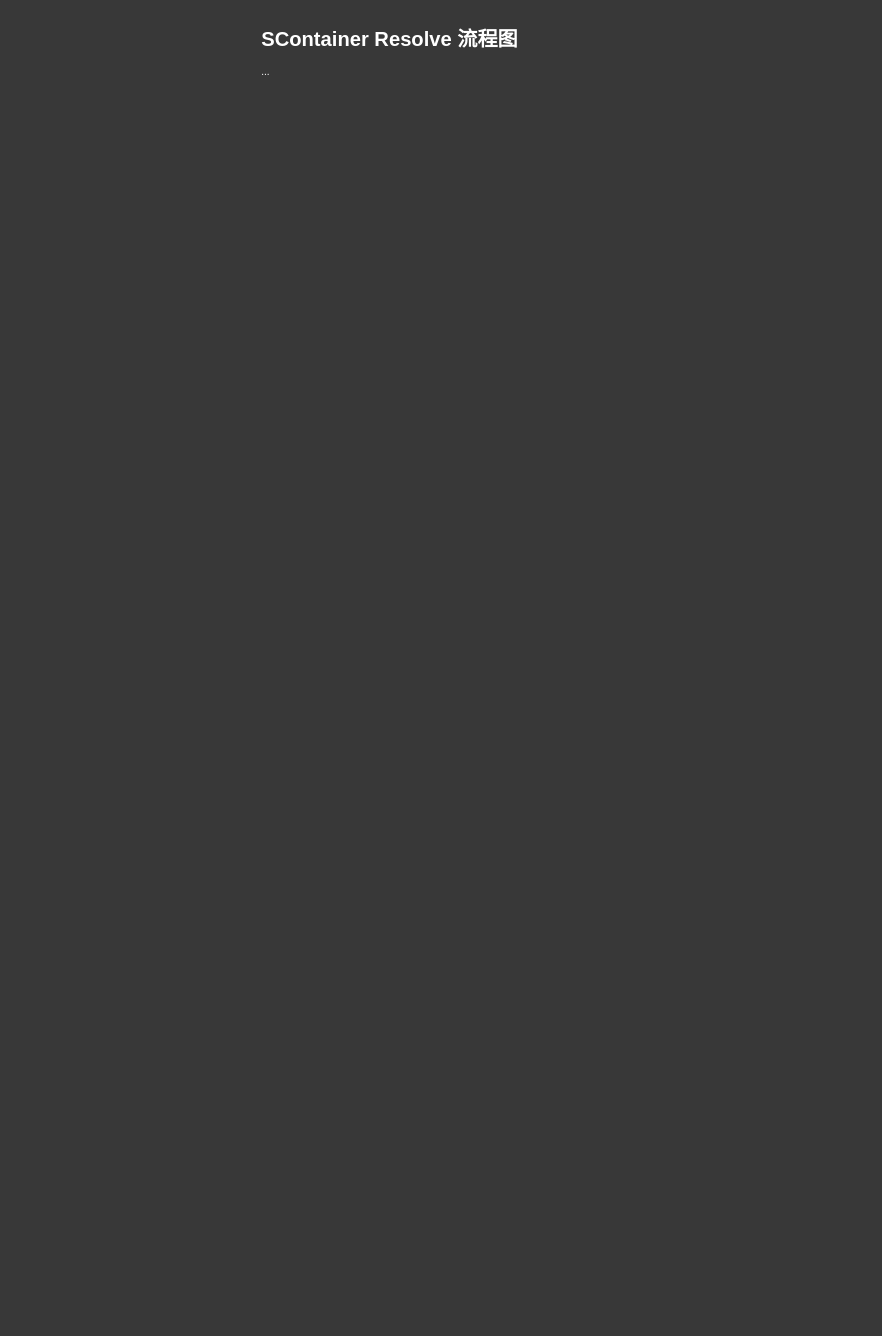
Summid/SContainer keeps this draw.io diagram as page "Resolve swimlane diagram" (7 of 7) of Resources/drawio/SContainer_01.drawio. Above is the earlier version. Source tidied: cells renumbered, new cells numbered last; positions are measured from the earlier drawing's top-left corner, leaving out a move shared by most shapes. Both pictures are drawn from the tidied source at 84%, with x=0, y=0 at pixel (257, 23). Pictures stored in the file or linked from it are replaced by grey dashed boxes.
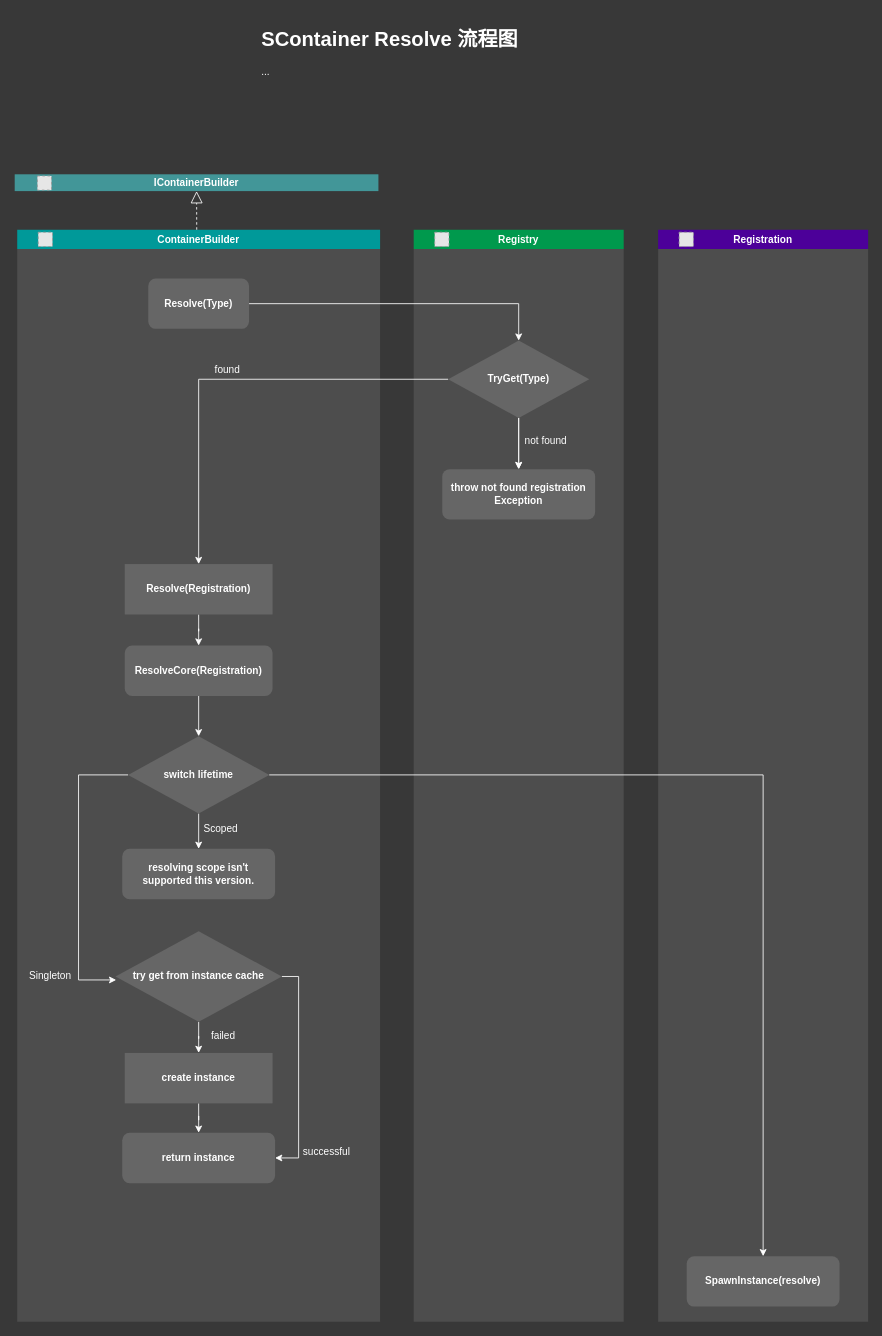
After the change.

Change to the diagram source:
```diff
@@
+    <mxCell id="3" value="&lt;font color=&quot;#ffffff&quot;&gt;ContainerBuilder&lt;/font&gt;" style="swimlane;whiteSpace=wrap;html=1;fillColor=#009999;swimlaneFillColor=#4D4D4D;strokeColor=none;comic=0;jiggle=1;" parent="1" vertex="1">
+      <mxGeometry x="-286" y="246" width="432" height="1300" as="geometry" />
+    </mxCell>
+    <mxCell id="4" style="fillColor=#E6E6E6;strokeColor=#999999;dashed=1;verticalLabelPosition=bottom;verticalAlign=top;labelBackgroundColor=none;align=center;fontFamily=Helvetica;fontSize=11;fontColor=#FFFFFF;html=1;" parent="3" vertex="1">
+      <mxGeometry x="25" y="3" width="17" height="17" as="geometry" />
+    </mxCell>
+    <mxCell id="5" value="Resolve(Type)" style="rounded=1;whiteSpace=wrap;html=1;fillColor=#666666;strokeColor=none;fontStyle=1;fontColor=#FFFFFF;" parent="3" vertex="1">
+      <mxGeometry x="156" y="58" width="120" height="60" as="geometry" />
+    </mxCell>
+    <mxCell id="6" style="edgeStyle=orthogonalEdgeStyle;shape=connector;rounded=0;jettySize=auto;html=1;labelBackgroundColor=default;strokeColor=#FFFFFF;align=center;verticalAlign=middle;fontFamily=Helvetica;fontSize=12;fontColor=#FFFFFF;endArrow=classic;" parent="3" edge="1" source="7" target="9">
+      <mxGeometry relative="1" as="geometry" />
+    </mxCell>
+    <mxCell id="7" value="Resolve(Registration)" style="rounded=0;whiteSpace=wrap;html=1;fillColor=#666666;strokeColor=none;fontStyle=1;fontColor=#FFFFFF;" parent="3" vertex="1">
+      <mxGeometry x="128" y="398" width="176" height="60" as="geometry" />
+    </mxCell>
+    <mxCell id="8" style="edgeStyle=orthogonalEdgeStyle;shape=connector;rounded=0;jettySize=auto;html=1;labelBackgroundColor=default;strokeColor=#FFFFFF;align=center;verticalAlign=middle;fontFamily=Helvetica;fontSize=12;fontColor=#FFFFFF;endArrow=classic;" parent="3" edge="1" source="9" target="12">
+      <mxGeometry relative="1" as="geometry" />
+    </mxCell>
+    <mxCell id="9" value="ResolveCore(Registration)" style="rounded=1;whiteSpace=wrap;html=1;fillColor=#666666;strokeColor=none;fontStyle=1;fontColor=#FFFFFF;" parent="3" vertex="1">
+      <mxGeometry x="128" y="495" width="176" height="60" as="geometry" />
+    </mxCell>
+    <mxCell id="10" style="edgeStyle=orthogonalEdgeStyle;shape=connector;rounded=0;jettySize=auto;html=1;labelBackgroundColor=default;strokeColor=#FFFFFF;align=center;verticalAlign=middle;fontFamily=Helvetica;fontSize=12;fontColor=#FFFFFF;endArrow=classic;" parent="3" edge="1" source="12" target="13">
+      <mxGeometry relative="1" as="geometry" />
+    </mxCell>
+    <mxCell id="11" value="Scoped" style="edgeLabel;html=1;align=center;verticalAlign=middle;fontSize=12;fontFamily=Helvetica;fontColor=#FFFFFF;labelBackgroundColor=none;" parent="10" vertex="1">
+      <mxGeometry x="0.06" y="1" relative="1" as="geometry">
+        <mxPoint x="24" y="-4" as="offset" />
+      </mxGeometry>
+    </mxCell>
+    <mxCell id="12" value="switch lifetime" style="rounded=0;whiteSpace=wrap;html=1;fillColor=#666666;strokeColor=none;fontStyle=1;fontColor=#FFFFFF;shape=rhombus;perimeter=rhombusPerimeter;" parent="3" vertex="1">
+      <mxGeometry x="132" y="603" width="168" height="92" as="geometry" />
+    </mxCell>
+    <mxCell id="13" value="resolving scope isn't supported this version." style="rounded=1;whiteSpace=wrap;html=1;fillColor=#666666;strokeColor=none;fontStyle=1;fontColor=#FFFFFF;" parent="3" vertex="1">
+      <mxGeometry x="125" y="737" width="182" height="60" as="geometry" />
+    </mxCell>
+    <mxCell id="14" style="edgeStyle=orthogonalEdgeStyle;shape=connector;rounded=0;jettySize=auto;html=1;labelBackgroundColor=default;strokeColor=#FFFFFF;align=center;verticalAlign=middle;fontFamily=Helvetica;fontSize=12;fontColor=#FFFFFF;endArrow=classic;" parent="3" edge="1" source="18" target="22">
+      <mxGeometry relative="1" as="geometry" />
+    </mxCell>
+    <mxCell id="15" value="failed" style="edgeLabel;html=1;align=center;verticalAlign=middle;fontSize=12;fontFamily=Helvetica;fontColor=#FFFFFF;labelBackgroundColor=none;" parent="14" vertex="1">
+      <mxGeometry x="0.12" y="-1" relative="1" as="geometry">
+        <mxPoint x="29" y="-2" as="offset" />
+      </mxGeometry>
+    </mxCell>
+    <mxCell id="16" style="edgeStyle=orthogonalEdgeStyle;shape=connector;rounded=0;jettySize=auto;html=1;exitX=1;exitY=0.5;exitDx=0;exitDy=0;entryX=1;entryY=0.5;entryDx=0;entryDy=0;labelBackgroundColor=default;strokeColor=#FFFFFF;align=center;verticalAlign=middle;fontFamily=Helvetica;fontSize=12;fontColor=#FFFFFF;endArrow=classic;" parent="3" edge="1" source="18" target="23">
+      <mxGeometry relative="1" as="geometry" />
+    </mxCell>
+    <mxCell id="17" value="successful" style="edgeLabel;html=1;align=center;verticalAlign=middle;fontSize=12;fontFamily=Helvetica;fontColor=#FFFFFF;labelBackgroundColor=none;" parent="16" vertex="1">
+      <mxGeometry x="-0.07" relative="1" as="geometry">
+        <mxPoint x="32" y="105" as="offset" />
+      </mxGeometry>
+    </mxCell>
+    <mxCell id="18" value="try get from instance cache" style="rounded=0;whiteSpace=wrap;html=1;fillColor=#666666;strokeColor=none;fontStyle=1;fontColor=#FFFFFF;shape=rhombus;perimeter=rhombusPerimeter;" parent="3" vertex="1">
+      <mxGeometry x="117" y="835" width="198" height="108" as="geometry" />
+    </mxCell>
+    <mxCell id="19" style="edgeStyle=orthogonalEdgeStyle;shape=connector;rounded=0;jettySize=auto;html=1;exitX=0;exitY=0.5;exitDx=0;exitDy=0;entryX=0.004;entryY=0.538;entryDx=0;entryDy=0;entryPerimeter=0;labelBackgroundColor=default;strokeColor=#FFFFFF;align=center;verticalAlign=middle;fontFamily=Helvetica;fontSize=12;fontColor=#FFFFFF;endArrow=classic;" parent="3" edge="1" source="12" target="18">
+      <mxGeometry relative="1" as="geometry">
+        <Array as="points">
+          <mxPoint x="73" y="649" />
+          <mxPoint x="73" y="893" />
+        </Array>
+      </mxGeometry>
+    </mxCell>
+    <mxCell id="20" value="Singleton" style="edgeLabel;html=1;align=center;verticalAlign=middle;fontSize=12;fontFamily=Helvetica;fontColor=#FFFFFF;labelBackgroundColor=none;" parent="19" vertex="1">
+      <mxGeometry x="-0.22" y="-2" relative="1" as="geometry">
+        <mxPoint x="-33" y="161" as="offset" />
+      </mxGeometry>
+    </mxCell>
+    <mxCell id="21" style="edgeStyle=orthogonalEdgeStyle;shape=connector;rounded=0;jettySize=auto;html=1;labelBackgroundColor=default;strokeColor=#FFFFFF;align=center;verticalAlign=middle;fontFamily=Helvetica;fontSize=12;fontColor=#FFFFFF;endArrow=classic;" parent="3" edge="1" source="22" target="23">
+      <mxGeometry relative="1" as="geometry" />
+    </mxCell>
+    <mxCell id="22" value="create instance" style="rounded=0;whiteSpace=wrap;html=1;fillColor=#666666;strokeColor=none;fontStyle=1;fontColor=#FFFFFF;" parent="3" vertex="1">
+      <mxGeometry x="128" y="980" width="176" height="60" as="geometry" />
+    </mxCell>
+    <mxCell id="23" value="return instance" style="rounded=1;whiteSpace=wrap;html=1;fillColor=#666666;strokeColor=none;fontStyle=1;fontColor=#FFFFFF;" parent="3" vertex="1">
+      <mxGeometry x="125" y="1075" width="182" height="60" as="geometry" />
+    </mxCell>
+    <mxCell id="24" style="endArrow=block;dashed=1;endFill=0;endSize=12;html=1;rounded=0;strokeColor=#FFFFFF;" parent="1" edge="1" source="3" target="26">
+      <mxGeometry relative="1" as="geometry" />
+    </mxCell>
+    <mxCell id="25" style="group;" parent="1" vertex="1">
+      <mxGeometry x="-197" y="180" width="341" height="20" as="geometry" />
+    </mxCell>
+    <mxCell id="26" value="IContainerBuilder" style="rounded=0;whiteSpace=wrap;html=1;fillColor=#429698;fontStyle=1;fontColor=#FFFFFF;strokeColor=none;" parent="25" vertex="1">
+      <mxGeometry x="-92" width="433" height="20" as="geometry" />
+    </mxCell>
+    <mxCell id="27" value="&lt;font color=&quot;#ffffff&quot;&gt;Registry&lt;br&gt;&lt;/font&gt;" style="swimlane;whiteSpace=wrap;html=1;fillColor=#00994D;swimlaneFillColor=#4D4D4D;strokeColor=none;comic=0;jiggle=1;" parent="1" vertex="1">
+      <mxGeometry x="186" y="246" width="250" height="1300" as="geometry" />
+    </mxCell>
+    <mxCell id="28" style="fillColor=#E6E6E6;strokeColor=#999999;dashed=1;verticalLabelPosition=bottom;verticalAlign=top;labelBackgroundColor=none;align=center;fontFamily=Helvetica;fontSize=11;fontColor=#FFFFFF;html=1;" parent="27" vertex="1">
+      <mxGeometry x="25" y="3" width="17" height="17" as="geometry" />
+    </mxCell>
+    <mxCell id="29" style="edgeStyle=orthogonalEdgeStyle;shape=connector;rounded=0;jettySize=auto;html=1;labelBackgroundColor=default;strokeColor=#FFFFFF;align=center;verticalAlign=middle;fontFamily=Helvetica;fontSize=12;fontColor=#FFFFFF;endArrow=classic;" parent="27" edge="1" source="32" target="33">
+      <mxGeometry relative="1" as="geometry" />
+    </mxCell>
+    <mxCell id="30" style="edgeStyle=orthogonalEdgeStyle;shape=connector;rounded=0;jettySize=auto;html=1;labelBackgroundColor=default;strokeColor=#FFFFFF;align=center;verticalAlign=middle;fontFamily=Helvetica;fontSize=12;fontColor=#FFFFFF;endArrow=classic;" parent="27" edge="1" source="32" target="33">
+      <mxGeometry relative="1" as="geometry" />
+    </mxCell>
+    <mxCell id="31" value="not found" style="edgeLabel;html=1;align=center;verticalAlign=middle;fontSize=12;fontFamily=Helvetica;fontColor=#FFFFFF;labelBackgroundColor=none;" parent="30" vertex="1">
+      <mxGeometry x="-0.11" y="5" relative="1" as="geometry">
+        <mxPoint x="26" y="-1" as="offset" />
+      </mxGeometry>
+    </mxCell>
+    <mxCell id="32" value="TryGet(Type)" style="rounded=0;whiteSpace=wrap;html=1;fillColor=#666666;strokeColor=none;fontStyle=1;fontColor=#FFFFFF;shape=rhombus;perimeter=rhombusPerimeter;" parent="27" vertex="1">
+      <mxGeometry x="41" y="132" width="168" height="92" as="geometry" />
+    </mxCell>
+    <mxCell id="33" value="throw not found registration Exception" style="rounded=1;whiteSpace=wrap;html=1;fillColor=#666666;strokeColor=none;fontStyle=1;fontColor=#FFFFFF;" parent="27" vertex="1">
+      <mxGeometry x="34" y="285" width="182" height="60" as="geometry" />
+    </mxCell>
+    <mxCell id="34" style="edgeStyle=orthogonalEdgeStyle;rounded=0;jettySize=auto;html=1;fontFamily=Helvetica;fontSize=12;fontColor=#FFFFFF;strokeColor=#FFFFFF;" parent="1" edge="1" source="5" target="32">
+      <mxGeometry relative="1" as="geometry" />
+    </mxCell>
+    <mxCell id="35" style="edgeStyle=orthogonalEdgeStyle;shape=connector;rounded=0;jettySize=auto;html=1;labelBackgroundColor=default;strokeColor=#FFFFFF;align=center;verticalAlign=middle;fontFamily=Helvetica;fontSize=12;fontColor=#FFFFFF;endArrow=classic;" parent="1" edge="1" source="32" target="7">
+      <mxGeometry relative="1" as="geometry" />
+    </mxCell>
+    <mxCell id="36" value="found" style="edgeLabel;html=1;align=center;verticalAlign=middle;fontSize=12;fontFamily=Helvetica;fontColor=#FFFFFF;labelBackgroundColor=none;" parent="35" vertex="1">
+      <mxGeometry x="-0.01" y="1" relative="1" as="geometry">
+        <mxPoint x="-8" y="-13" as="offset" />
+      </mxGeometry>
+    </mxCell>
+    <mxCell id="37" value="&lt;font color=&quot;#ffffff&quot;&gt;Registration&lt;br&gt;&lt;/font&gt;" style="swimlane;whiteSpace=wrap;html=1;fillColor=#4C0099;swimlaneFillColor=#4D4D4D;strokeColor=none;comic=0;jiggle=1;" parent="1" vertex="1">
+      <mxGeometry x="477" y="246" width="250" height="1300" as="geometry" />
+    </mxCell>
+    <mxCell id="38" style="fillColor=#E6E6E6;strokeColor=#999999;dashed=1;verticalLabelPosition=bottom;verticalAlign=top;labelBackgroundColor=none;align=center;fontFamily=Helvetica;fontSize=11;fontColor=#FFFFFF;html=1;" parent="37" vertex="1">
+      <mxGeometry x="25" y="3" width="17" height="17" as="geometry" />
+    </mxCell>
+    <mxCell id="39" value="SpawnInstance(resolve)" style="rounded=1;whiteSpace=wrap;html=1;fillColor=#666666;strokeColor=none;fontStyle=1;fontColor=#FFFFFF;" parent="37" vertex="1">
+      <mxGeometry x="34" y="1222" width="182" height="60" as="geometry" />
+    </mxCell>
+    <mxCell id="40" style="fillColor=#E6E6E6;strokeColor=#999999;dashed=1;verticalLabelPosition=bottom;labelBackgroundColor=default;verticalAlign=top;" parent="1" vertex="1">
+      <mxGeometry x="-262" y="182" width="16.8" height="16.8" as="geometry" />
+    </mxCell>
+    <mxCell id="41" style="edgeStyle=orthogonalEdgeStyle;shape=connector;rounded=0;jettySize=auto;html=1;labelBackgroundColor=default;strokeColor=#FFFFFF;align=center;verticalAlign=middle;fontFamily=Helvetica;fontSize=12;fontColor=#FFFFFF;endArrow=classic;" parent="1" edge="1" source="12" target="39">
+      <mxGeometry relative="1" as="geometry" />
+    </mxCell>
```
